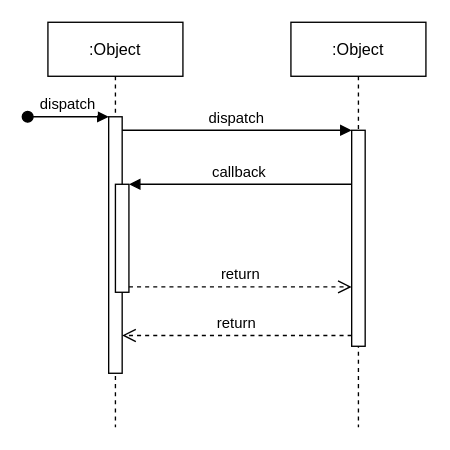
WDavidT23/ProyectosPoli keeps this draw.io diagram as Untitled Diagram.drawio. Above is the earlier version. Source tidied: cells renumbered, new cells numbered last; positions are measured from the earlier drawing's top-left corner, leaving out a move shared by most shapes. Both pictures are drawn from the tidied source at 135%, with x=0, y=0 at pixel (27, 22).
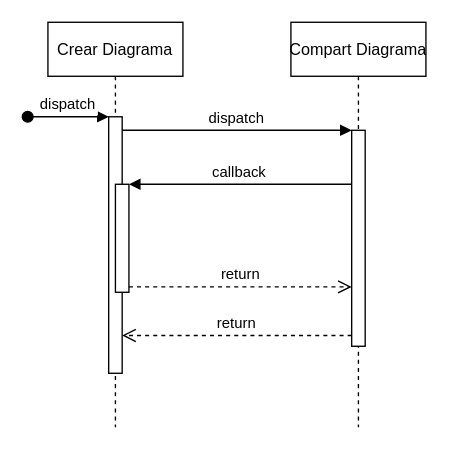
Above is the later version.

Diff of the diagram source:
```diff
@@
 <mxGraphModel>
   <root>
     <mxCell id="0" />
     <mxCell id="1" parent="0" />
-    <mxCell id="2" value=":Object" style="shape=umlLifeline;perimeter=lifelinePerimeter;rounded=0;shadow=0;strokeWidth=1;" parent="1" vertex="1">
+    <mxCell id="2" value="Crear Diagrama" style="shape=umlLifeline;perimeter=lifelinePerimeter;rounded=0;shadow=0;strokeWidth=1;" parent="1" vertex="1">
       <mxGeometry x="15" width="100" height="300" as="geometry" />
     </mxCell>
     <mxCell id="3" style="points=[];perimeter=orthogonalPerimeter;rounded=0;shadow=0;strokeWidth=1;" parent="2" vertex="1">
       <mxGeometry x="45" y="70" width="10" height="190" as="geometry" />
     </mxCell>
     <mxCell id="4" value="dispatch" style="verticalAlign=bottom;startArrow=oval;endArrow=block;startSize=8;shadow=0;strokeWidth=1;" parent="2" edge="1" target="3">
       <mxGeometry relative="1" as="geometry">
         <mxPoint x="-15" y="70" as="sourcePoint" />
       </mxGeometry>
     </mxCell>
     <mxCell id="5" style="points=[];perimeter=orthogonalPerimeter;rounded=0;shadow=0;strokeWidth=1;" parent="2" vertex="1">
       <mxGeometry x="50" y="120" width="10" height="80" as="geometry" />
     </mxCell>
-    <mxCell id="6" value=":Object" style="shape=umlLifeline;perimeter=lifelinePerimeter;rounded=0;shadow=0;strokeWidth=1;" parent="1" vertex="1">
+    <mxCell id="6" value="Compart Diagrama" style="shape=umlLifeline;perimeter=lifelinePerimeter;rounded=0;shadow=0;strokeWidth=1;" parent="1" vertex="1">
       <mxGeometry x="195" width="100" height="300" as="geometry" />
     </mxCell>
     <mxCell id="7" style="points=[];perimeter=orthogonalPerimeter;rounded=0;shadow=0;strokeWidth=1;" parent="6" vertex="1">
       <mxGeometry x="45" y="80" width="10" height="160" as="geometry" />
     </mxCell>
     <mxCell id="8" value="return" style="verticalAlign=bottom;endArrow=open;dashed=1;endSize=8;exitX=0;exitY=0.95;shadow=0;strokeWidth=1;" parent="1" edge="1" source="7" target="3">
       <mxGeometry relative="1" as="geometry" />
     </mxCell>
     <mxCell id="9" value="dispatch" style="verticalAlign=bottom;endArrow=block;entryX=0;entryY=0;shadow=0;strokeWidth=1;" parent="1" edge="1" source="3" target="7">
       <mxGeometry relative="1" as="geometry" />
     </mxCell>
     <mxCell id="10" value="callback" style="verticalAlign=bottom;endArrow=block;entryX=1;entryY=0;shadow=0;strokeWidth=1;" parent="1" edge="1" source="7" target="5">
       <mxGeometry relative="1" as="geometry" />
     </mxCell>
     <mxCell id="11" value="return" style="verticalAlign=bottom;endArrow=open;dashed=1;endSize=8;exitX=1;exitY=0.95;shadow=0;strokeWidth=1;" parent="1" edge="1" source="5" target="7">
       <mxGeometry relative="1" as="geometry" />
     </mxCell>
   </root>
 </mxGraphModel>
```
